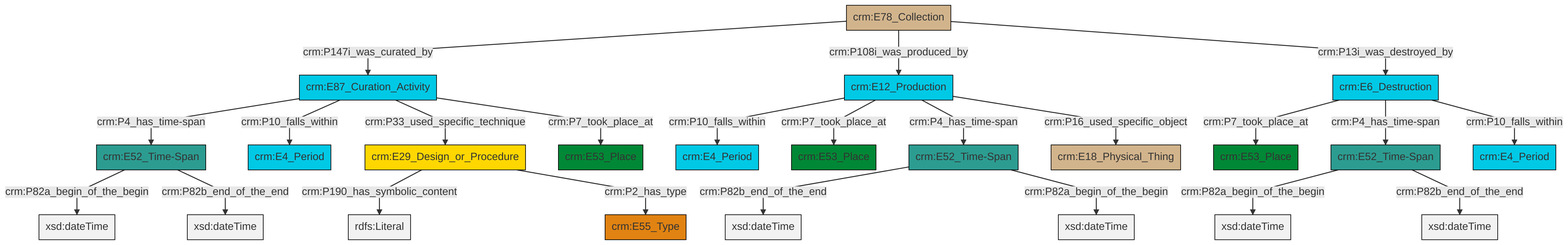
Earlier version of the Mermaid export et/archivalCSV/ttl/mmd/png/archival_existence.png (swiss-art-research-net/docs.swissartresearch). Its source is kept beside it as et/archivalCSV/ttl/mmd/archival_existence.ttl.mmd.
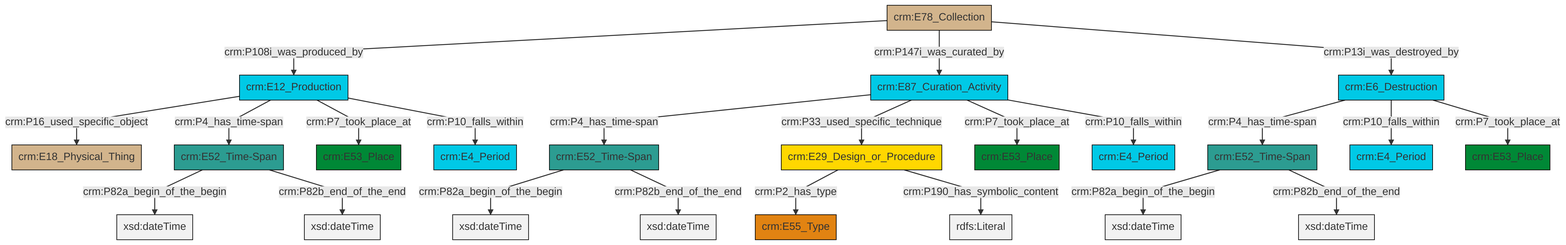
Later version of the same file.

Diff of the diagram source:
```diff
@@ -13,25 +13,25 @@
 classDef PC_Classes fill:#4ce600, stroke:#000000;
 classDef Multi fill:#cccccc,stroke:#000000;
 
-0["crm:E78_Collection"]:::Physical_Thing -->|crm:P147i_was_curated_by| 1["crm:E87_Curation_Activity"]:::Temporal_Entity
-0["crm:E78_Collection"]:::Physical_Thing -->|crm:P108i_was_produced_by| 2["crm:E12_Production"]:::Temporal_Entity
-3["crm:E6_Destruction"]:::Temporal_Entity -->|crm:P7_took_place_at| 4["crm:E53_Place"]:::Place
-5["crm:E52_Time-Span"]:::Time-Span -->|crm:P82b_end_of_the_end| 6[xsd:dateTime]:::Literal
-7["crm:E52_Time-Span"]:::Time-Span -->|crm:P82a_begin_of_the_begin| 8[xsd:dateTime]:::Literal
-2["crm:E12_Production"]:::Temporal_Entity -->|crm:P10_falls_within| 11["crm:E4_Period"]:::Temporal_Entity
-14["crm:E52_Time-Span"]:::Time-Span -->|crm:P82a_begin_of_the_begin| 15[xsd:dateTime]:::Literal
-5["crm:E52_Time-Span"]:::Time-Span -->|crm:P82a_begin_of_the_begin| 16[xsd:dateTime]:::Literal
-1["crm:E87_Curation_Activity"]:::Temporal_Entity -->|crm:P4_has_time-span| 14["crm:E52_Time-Span"]:::Time-Span
-3["crm:E6_Destruction"]:::Temporal_Entity -->|crm:P4_has_time-span| 7["crm:E52_Time-Span"]:::Time-Span
-1["crm:E87_Curation_Activity"]:::Temporal_Entity -->|crm:P10_falls_within| 26["crm:E4_Period"]:::Temporal_Entity
-7["crm:E52_Time-Span"]:::Time-Span -->|crm:P82b_end_of_the_end| 28[xsd:dateTime]:::Literal
-1["crm:E87_Curation_Activity"]:::Temporal_Entity -->|crm:P33_used_specific_technique| 20["crm:E29_Design_or_Procedure"]:::Conceptual_Object
-14["crm:E52_Time-Span"]:::Time-Span -->|crm:P82b_end_of_the_end| 30[xsd:dateTime]:::Literal
-2["crm:E12_Production"]:::Temporal_Entity -->|crm:P7_took_place_at| 9["crm:E53_Place"]:::Place
-0["crm:E78_Collection"]:::Physical_Thing -->|crm:P13i_was_destroyed_by| 3["crm:E6_Destruction"]:::Temporal_Entity
-2["crm:E12_Production"]:::Temporal_Entity -->|crm:P4_has_time-span| 5["crm:E52_Time-Span"]:::Time-Span
-1["crm:E87_Curation_Activity"]:::Temporal_Entity -->|crm:P7_took_place_at| 24["crm:E53_Place"]:::Place
-2["crm:E12_Production"]:::Temporal_Entity -->|crm:P16_used_specific_object| 34["crm:E18_Physical_Thing"]:::Physical_Thing
-20["crm:E29_Design_or_Procedure"]:::Conceptual_Object -->|crm:P190_has_symbolic_content| 35[rdfs:Literal]:::Literal
-20["crm:E29_Design_or_Procedure"]:::Conceptual_Object -->|crm:P2_has_type| 18["crm:E55_Type"]:::Type
-3["crm:E6_Destruction"]:::Temporal_Entity -->|crm:P10_falls_within| 22["crm:E4_Period"]:::Temporal_Entity
+4["crm:E52_Time-Span"]:::Time-Span -->|crm:P82a_begin_of_the_begin| 5[xsd:dateTime]:::Literal
+4["crm:E52_Time-Span"]:::Time-Span -->|crm:P82b_end_of_the_end| 8[xsd:dateTime]:::Literal
+9["crm:E52_Time-Span"]:::Time-Span -->|crm:P82a_begin_of_the_begin| 10[xsd:dateTime]:::Literal
+0["crm:E12_Production"]:::Temporal_Entity -->|crm:P16_used_specific_object| 11["crm:E18_Physical_Thing"]:::Physical_Thing
+0["crm:E12_Production"]:::Temporal_Entity -->|crm:P4_has_time-span| 9["crm:E52_Time-Span"]:::Time-Span
+18["crm:E78_Collection"]:::Physical_Thing -->|crm:P108i_was_produced_by| 0["crm:E12_Production"]:::Temporal_Entity
+12["crm:E87_Curation_Activity"]:::Temporal_Entity -->|crm:P4_has_time-span| 4["crm:E52_Time-Span"]:::Time-Span
+18["crm:E78_Collection"]:::Physical_Thing -->|crm:P147i_was_curated_by| 12["crm:E87_Curation_Activity"]:::Temporal_Entity
+0["crm:E12_Production"]:::Temporal_Entity -->|crm:P7_took_place_at| 20["crm:E53_Place"]:::Place
+21["crm:E6_Destruction"]:::Temporal_Entity -->|crm:P4_has_time-span| 16["crm:E52_Time-Span"]:::Time-Span
+12["crm:E87_Curation_Activity"]:::Temporal_Entity -->|crm:P33_used_specific_technique| 23["crm:E29_Design_or_Procedure"]:::Conceptual_Object
+12["crm:E87_Curation_Activity"]:::Temporal_Entity -->|crm:P7_took_place_at| 25["crm:E53_Place"]:::Place
+16["crm:E52_Time-Span"]:::Time-Span -->|crm:P82a_begin_of_the_begin| 28[xsd:dateTime]:::Literal
+12["crm:E87_Curation_Activity"]:::Temporal_Entity -->|crm:P10_falls_within| 30["crm:E4_Period"]:::Temporal_Entity
+23["crm:E29_Design_or_Procedure"]:::Conceptual_Object -->|crm:P2_has_type| 2["crm:E55_Type"]:::Type
+21["crm:E6_Destruction"]:::Temporal_Entity -->|crm:P10_falls_within| 6["crm:E4_Period"]:::Temporal_Entity
+16["crm:E52_Time-Span"]:::Time-Span -->|crm:P82b_end_of_the_end| 33[xsd:dateTime]:::Literal
+0["crm:E12_Production"]:::Temporal_Entity -->|crm:P10_falls_within| 26["crm:E4_Period"]:::Temporal_Entity
+18["crm:E78_Collection"]:::Physical_Thing -->|crm:P13i_was_destroyed_by| 21["crm:E6_Destruction"]:::Temporal_Entity
+21["crm:E6_Destruction"]:::Temporal_Entity -->|crm:P7_took_place_at| 14["crm:E53_Place"]:::Place
+9["crm:E52_Time-Span"]:::Time-Span -->|crm:P82b_end_of_the_end| 34[xsd:dateTime]:::Literal
+23["crm:E29_Design_or_Procedure"]:::Conceptual_Object -->|crm:P190_has_symbolic_content| 37[rdfs:Literal]:::Literal
```
